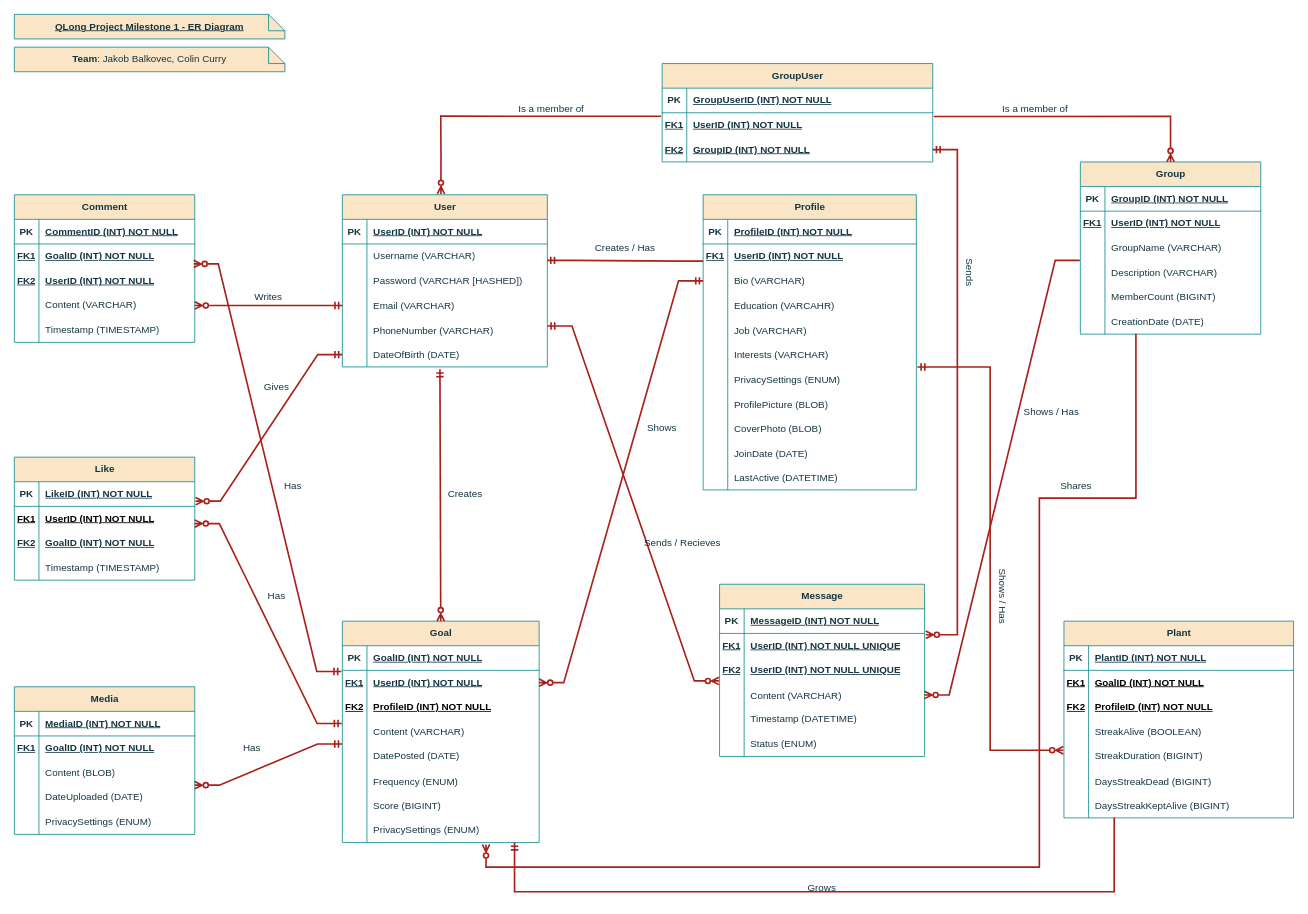
This is ERdiagram/project_milestone1_erd.drawio from j-balkovec/CPSC3300, a draw.io file, before an edit. Source tidied: cells renumbered, new cells numbered last; positions are measured from the earlier drawing's top-left corner, leaving out a move shared by most shapes. Both pictures are drawn from the tidied source at 82%, with x=0, y=0 at pixel (14, 14).
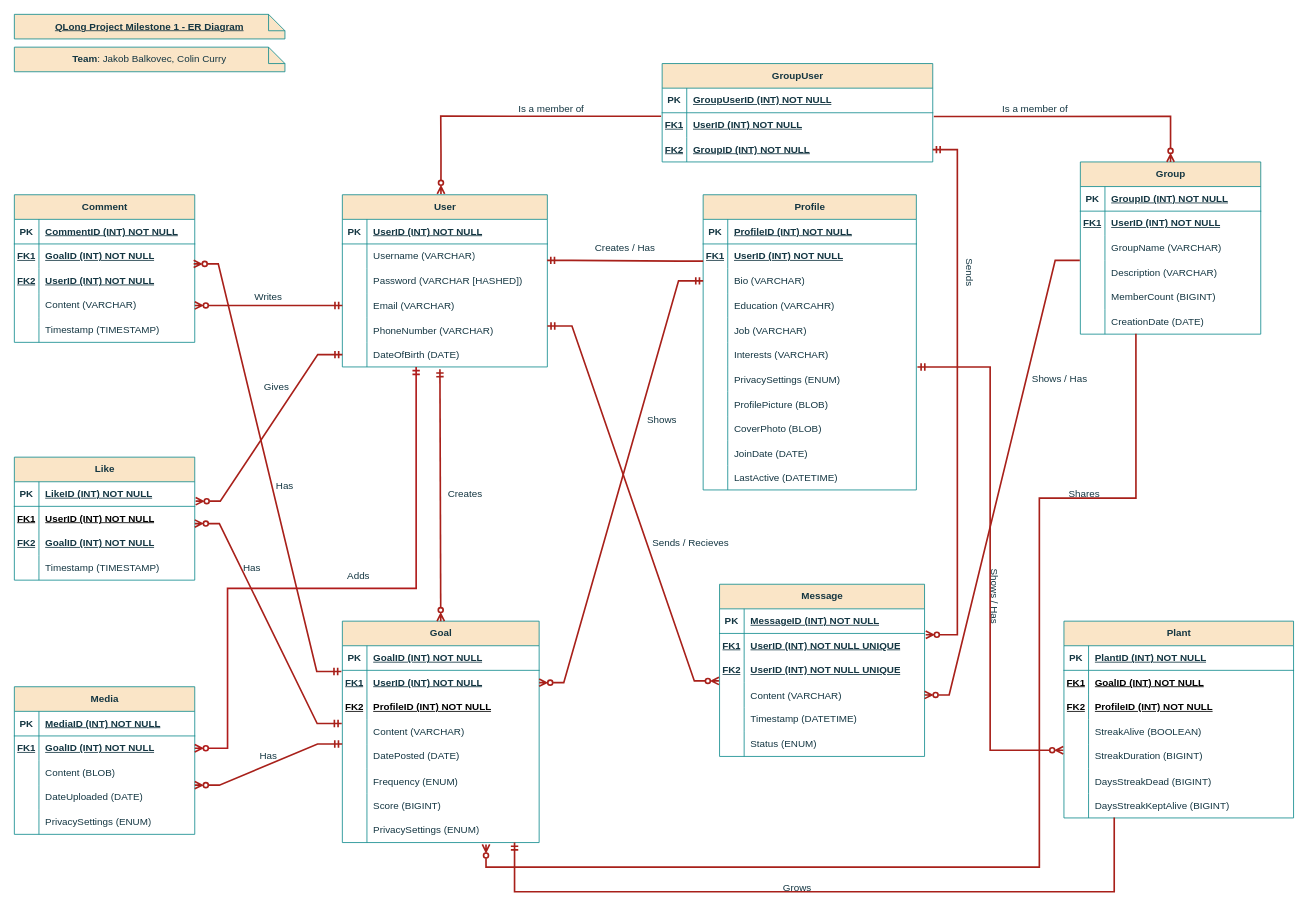
Above is the later version.

Unchanged cells that the change refers to:
```xml
<mxCell id="20" style="shape=tableRow;horizontal=0;startSize=0;swimlaneHead=0;swimlaneBody=0;fillColor=none;points=[[0,0.5],[1,0.5]];portConstraint=eastwest;top=0;left=0;right=0;bottom=0;strokeColor=#0F8B8D;fontColor=#143642;labelBackgroundColor=none;" parent="4" vertex="1">
  <mxGeometry y="180" width="250" height="30" as="geometry" />
</mxCell>
<mxCell id="27" style="shape=tableRow;horizontal=0;startSize=0;swimlaneHead=0;swimlaneBody=0;fillColor=none;points=[[0,0.5],[1,0.5]];portConstraint=eastwest;top=0;left=0;right=0;bottom=0;strokeColor=#0F8B8D;fontColor=#143642;labelBackgroundColor=none;" parent="23" vertex="1">
  <mxGeometry y="60" width="220" height="30" as="geometry" />
</mxCell>
```

Change to the diagram source:
```diff
@@
     <mxCell id="213" value="Has" style="text;html=1;strokeColor=none;fillColor=none;align=center;verticalAlign=middle;whiteSpace=wrap;rounded=0;fontColor=#143642;rotation=0;" parent="1" vertex="1">
-      <mxGeometry x="310" y="560" width="60" height="30" as="geometry" />
+      <mxGeometry x="300" y="560" width="60" height="30" as="geometry" />
     </mxCell>
@@
     <mxCell id="215" value="Has" style="text;html=1;strokeColor=none;fillColor=none;align=center;verticalAlign=middle;whiteSpace=wrap;rounded=0;fontColor=#143642;rotation=0;" parent="1" vertex="1">
-      <mxGeometry x="290" y="695" width="60" height="30" as="geometry" />
+      <mxGeometry x="260" y="660" width="60" height="30" as="geometry" />
     </mxCell>
     <mxCell id="216" value="Has" style="text;html=1;strokeColor=none;fillColor=none;align=center;verticalAlign=middle;whiteSpace=wrap;rounded=0;fontColor=#143642;rotation=0;" parent="1" vertex="1">
-      <mxGeometry x="260" y="880" width="60" height="30" as="geometry" />
+      <mxGeometry x="280" y="890" width="60" height="30" as="geometry" />
     </mxCell>
@@
     <mxCell id="218" value="Sends / Recieves" style="text;html=1;strokeColor=none;fillColor=none;align=center;verticalAlign=middle;whiteSpace=wrap;rounded=0;fontColor=#143642;rotation=0;" parent="1" vertex="1">
-      <mxGeometry x="750" y="630" width="130" height="30" as="geometry" />
+      <mxGeometry x="760" y="630" width="130" height="30" as="geometry" />
     </mxCell>
     <mxCell id="219" value="Shows" style="text;html=1;strokeColor=none;fillColor=none;align=center;verticalAlign=middle;whiteSpace=wrap;rounded=0;fontColor=#143642;rotation=0;" parent="1" vertex="1">
-      <mxGeometry x="760" y="490" width="60" height="30" as="geometry" />
+      <mxGeometry x="760" y="480" width="60" height="30" as="geometry" />
     </mxCell>
     <mxCell id="220" value="Shares" style="text;html=1;strokeColor=none;fillColor=none;align=center;verticalAlign=middle;whiteSpace=wrap;rounded=0;fontColor=#143642;rotation=0;" parent="1" vertex="1">
-      <mxGeometry x="1230" y="560" width="130" height="30" as="geometry" />
+      <mxGeometry x="1240" y="570" width="130" height="30" as="geometry" />
     </mxCell>
     <mxCell id="221" value="Grows" style="text;html=1;strokeColor=none;fillColor=none;align=center;verticalAlign=middle;whiteSpace=wrap;rounded=0;fontColor=#143642;rotation=0;" parent="1" vertex="1">
-      <mxGeometry x="920" y="1050" width="130" height="30" as="geometry" />
+      <mxGeometry x="890" y="1050" width="130" height="30" as="geometry" />
     </mxCell>
@@
     <mxCell id="225" value="Shows / Has" style="text;html=1;strokeColor=none;fillColor=none;align=center;verticalAlign=middle;whiteSpace=wrap;rounded=0;fontColor=#143642;rotation=90;" parent="1" vertex="1">
-      <mxGeometry x="1140" y="695" width="130" height="30" as="geometry" />
+      <mxGeometry x="1130" y="695" width="130" height="30" as="geometry" />
     </mxCell>
     <mxCell id="226" value="Shows / Has" style="text;html=1;strokeColor=none;fillColor=none;align=center;verticalAlign=middle;whiteSpace=wrap;rounded=0;fontColor=#143642;rotation=0;" parent="1" vertex="1">
-      <mxGeometry x="1200" y="470" width="130" height="30" as="geometry" />
+      <mxGeometry x="1210" y="430" width="130" height="30" as="geometry" />
     </mxCell>
@@
+    <mxCell id="229" style="edgeStyle=orthogonalEdgeStyle;fontSize=12;html=1;endArrow=ERmandOne;startArrow=ERzeroToMany;rounded=0;exitX=1;exitY=0.5;exitDx=0;exitDy=0;strokeWidth=2;strokeColor=#b01c1c;startFill=0;" parent="1" edge="1" source="27" target="20">
+      <mxGeometry relative="1" as="geometry">
+        <Array as="points">
+          <mxPoint x="260" y="895" />
+          <mxPoint x="260" y="700" />
+          <mxPoint x="490" y="700" />
+        </Array>
+      </mxGeometry>
+    </mxCell>
+    <mxCell id="230" value="Adds" style="text;html=1;strokeColor=none;fillColor=none;align=center;verticalAlign=middle;whiteSpace=wrap;rounded=0;fontColor=#143642;rotation=0;" parent="1" vertex="1">
+      <mxGeometry x="390" y="670" width="60" height="30" as="geometry" />
+    </mxCell>
```
